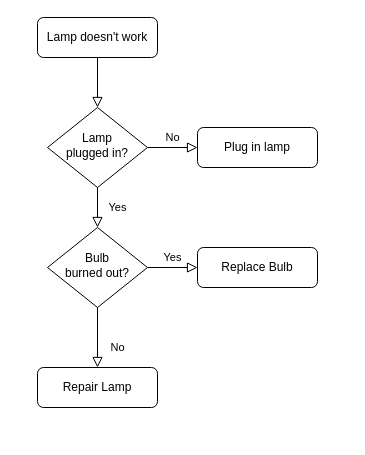
momochen27/GitDemo keeps this draw.io diagram as Untitled Diagram.drawio. Above is the earlier version. Source tidied: cells renumbered, new cells numbered last; positions are measured from the earlier drawing's top-left corner, leaving out a move shared by most shapes. Both pictures are drawn from the tidied source at 100%, with x=0, y=0 at pixel (37, 17).
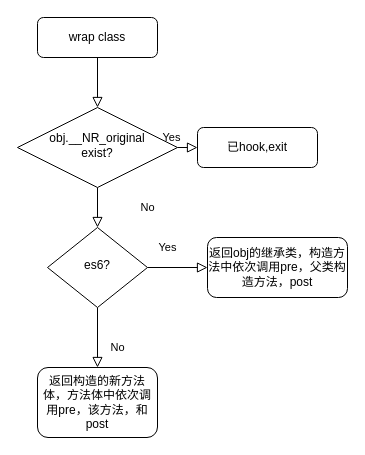
After the change.

Commit message:
Update wrap class Diagram.drawio

Diff of the diagram source:
```diff
@@
 <mxGraphModel>
   <root>
     <mxCell id="0" />
     <mxCell id="1" parent="0" />
     <mxCell id="2" style="rounded=0;html=1;jettySize=auto;fontSize=11;endArrow=block;endFill=0;endSize=8;strokeWidth=1;shadow=0;labelBackgroundColor=none;edgeStyle=orthogonalEdgeStyle;" parent="1" edge="1" source="3" target="6">
       <mxGeometry relative="1" as="geometry" />
     </mxCell>
-    <mxCell id="3" value="Lamp doesn't work" style="rounded=1;whiteSpace=wrap;html=1;fontSize=12;glass=0;strokeWidth=1;shadow=0;" parent="1" vertex="1">
+    <mxCell id="3" value="wrap class" style="rounded=1;whiteSpace=wrap;html=1;fontSize=12;glass=0;strokeWidth=1;shadow=0;" parent="1" vertex="1">
       <mxGeometry width="120" height="40" as="geometry" />
     </mxCell>
     <mxCell id="4" value="Yes" style="rounded=0;html=1;jettySize=auto;fontSize=11;endArrow=block;endFill=0;endSize=8;strokeWidth=1;shadow=0;labelBackgroundColor=none;edgeStyle=orthogonalEdgeStyle;" parent="1" edge="1" source="6" target="10">
-      <mxGeometry y="20" relative="1" as="geometry" />
+      <mxGeometry x="1" y="73" relative="1" as="geometry">
+        <mxPoint x="-3" y="20" as="offset" />
+      </mxGeometry>
     </mxCell>
     <mxCell id="5" value="No" style="edgeStyle=orthogonalEdgeStyle;rounded=0;html=1;jettySize=auto;fontSize=11;endArrow=block;endFill=0;endSize=8;strokeWidth=1;shadow=0;labelBackgroundColor=none;" parent="1" edge="1" source="6" target="7">
-      <mxGeometry y="10" relative="1" as="geometry" />
+      <mxGeometry x="-1" y="-67" relative="1" as="geometry">
+        <Array as="points">
+          <mxPoint x="170" y="130" />
+        </Array>
+        <mxPoint x="-30" y="-7" as="offset" />
+      </mxGeometry>
     </mxCell>
-    <mxCell id="6" value="Lamp&lt;br&gt;plugged in?" style="rhombus;whiteSpace=wrap;html=1;shadow=0;fontFamily=Helvetica;fontSize=12;align=center;strokeWidth=1;spacing=6;spacingTop=-4;" parent="1" vertex="1">
-      <mxGeometry x="10" y="90" width="100" height="80" as="geometry" />
+    <mxCell id="6" value="&lt;span&gt;obj.__NR_original&lt;br&gt;exist?&lt;br&gt;&lt;/span&gt;" style="rhombus;whiteSpace=wrap;html=1;shadow=0;fontFamily=Helvetica;fontSize=12;align=center;strokeWidth=1;spacing=6;spacingTop=-4;" parent="1" vertex="1">
+      <mxGeometry x="-20" y="90" width="160" height="80" as="geometry" />
     </mxCell>
-    <mxCell id="7" value="Plug in lamp" style="rounded=1;whiteSpace=wrap;html=1;fontSize=12;glass=0;strokeWidth=1;shadow=0;" parent="1" vertex="1">
+    <mxCell id="7" value="已hook,exit" style="rounded=1;whiteSpace=wrap;html=1;fontSize=12;glass=0;strokeWidth=1;shadow=0;" parent="1" vertex="1">
       <mxGeometry x="160" y="110" width="120" height="40" as="geometry" />
     </mxCell>
     <mxCell id="8" value="No" style="rounded=0;html=1;jettySize=auto;fontSize=11;endArrow=block;endFill=0;endSize=8;strokeWidth=1;shadow=0;labelBackgroundColor=none;edgeStyle=orthogonalEdgeStyle;" parent="1" edge="1" source="10" target="11">
       <mxGeometry x="0.33" y="20" relative="1" as="geometry" />
     </mxCell>
     <mxCell id="9" value="Yes" style="edgeStyle=orthogonalEdgeStyle;rounded=0;html=1;jettySize=auto;fontSize=11;endArrow=block;endFill=0;endSize=8;strokeWidth=1;shadow=0;labelBackgroundColor=none;" parent="1" edge="1" source="10" target="12">
-      <mxGeometry y="10" relative="1" as="geometry" />
+      <mxGeometry x="-0.2" y="130" relative="1" as="geometry" />
     </mxCell>
-    <mxCell id="10" value="Bulb&lt;br&gt;burned out?" style="rhombus;whiteSpace=wrap;html=1;shadow=0;fontFamily=Helvetica;fontSize=12;align=center;strokeWidth=1;spacing=6;spacingTop=-4;" parent="1" vertex="1">
+    <mxCell id="10" value="es6?" style="rhombus;whiteSpace=wrap;html=1;shadow=0;fontFamily=Helvetica;fontSize=12;align=center;strokeWidth=1;spacing=6;spacingTop=-4;" parent="1" vertex="1">
       <mxGeometry x="10" y="210" width="100" height="80" as="geometry" />
     </mxCell>
-    <mxCell id="11" value="Repair Lamp" style="rounded=1;whiteSpace=wrap;html=1;fontSize=12;glass=0;strokeWidth=1;shadow=0;" parent="1" vertex="1">
-      <mxGeometry y="350" width="120" height="40" as="geometry" />
+    <mxCell id="11" value="返回构造的新方法体，方法体中依次调用pre，该方法，和post&lt;br&gt;" style="rounded=1;whiteSpace=wrap;html=1;fontSize=12;glass=0;strokeWidth=1;shadow=0;" parent="1" vertex="1">
+      <mxGeometry y="350" width="120" height="70" as="geometry" />
     </mxCell>
-    <mxCell id="12" value="Replace Bulb" style="rounded=1;whiteSpace=wrap;html=1;fontSize=12;glass=0;strokeWidth=1;shadow=0;" parent="1" vertex="1">
-      <mxGeometry x="160" y="230" width="120" height="40" as="geometry" />
+    <mxCell id="12" value="返回obj的继承类，构造方法中依次调用pre，父类构造方法，post" style="rounded=1;whiteSpace=wrap;html=1;fontSize=12;glass=0;strokeWidth=1;shadow=0;" parent="1" vertex="1">
+      <mxGeometry x="170" y="220" width="140" height="60" as="geometry" />
     </mxCell>
   </root>
 </mxGraphModel>
```
